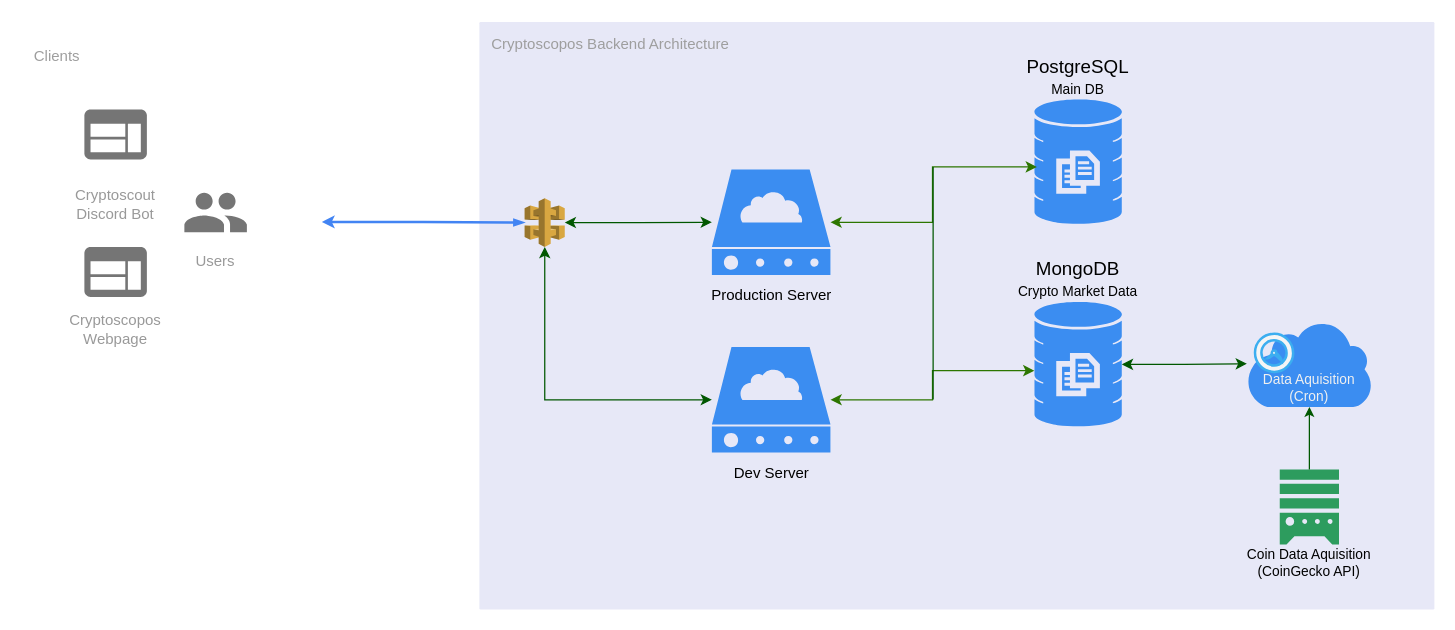
Earlier version of the draw.io diagram docs/backend-architecture.drawio (gramanicu/cryptoscopos-api). Source tidied: cells renumbered, new cells numbered last; positions are measured from the earlier drawing's top-left corner, leaving out a move shared by most shapes. Both pictures are drawn from the tidied source at 125%, with x=0, y=0 at pixel (21, 21).
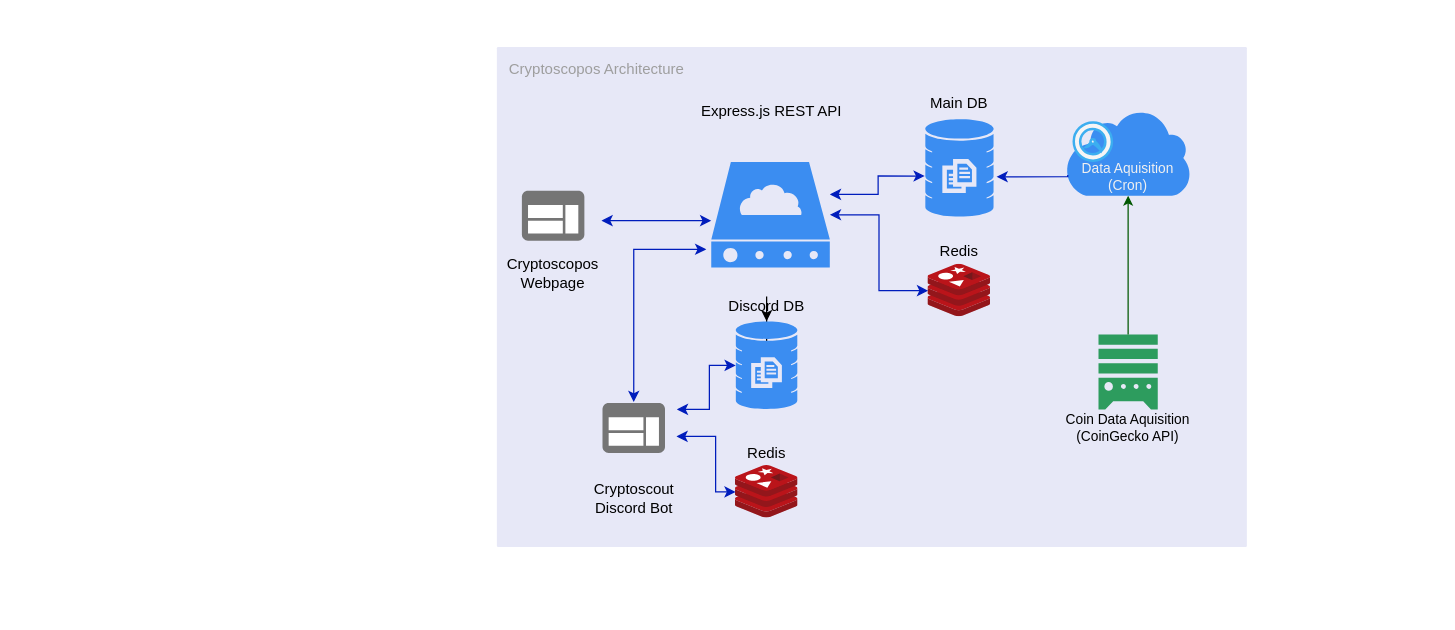
The same diagram, later.

Unchanged cells that the change refers to:
```xml
<mxCell id="14" style="sketch=0;html=1;strokeColor=none;shadow=0;align=center;verticalAlign=top;fillColor=#3B8DF1;shape=mxgraph.gcp2.cloud_server;" parent="13" vertex="1">
  <mxGeometry x="22" width="94.9" height="84.5" as="geometry" />
</mxCell>
<mxCell id="27" style="sketch=0;html=1;strokeColor=none;shadow=0;align=center;verticalAlign=top;fillColor=#2D9C5E;shape=mxgraph.gcp2.external_data_resource;fontSize=11;fontColor=#000000;" parent="26" vertex="1">
  <mxGeometry x="41.3" width="47.4" height="60" as="geometry" />
</mxCell>
<mxCell id="37" style="sketch=0;html=1;strokeColor=none;shadow=0;align=center;verticalAlign=top;fillColor=#3B8DF1;shape=mxgraph.gcp2.cloud;fontSize=11;fontColor=#000000;" parent="36" vertex="1">
  <mxGeometry x="15" width="100" height="69" as="geometry" />
</mxCell>
<mxCell id="39" value="&lt;font&gt;Data Aquisition (Cron)&lt;/font&gt;" style="text;html=1;strokeColor=none;fillColor=none;align=center;verticalAlign=middle;whiteSpace=wrap;rounded=0;fontSize=11;fontColor=#F0F0F0;" parent="36" vertex="1">
  <mxGeometry x="20" y="39" width="90" height="30" as="geometry" />
</mxCell>
```

What changed in the source:
```diff
@@
-    <mxCell id="2" value="Cryptoscopos Backend Architecture" style="sketch=0;rounded=1;absoluteArcSize=1;arcSize=2;html=1;strokeColor=none;gradientColor=none;shadow=0;dashed=0;fontSize=12;fontColor=#9E9E9E;align=left;verticalAlign=top;spacing=10;spacingTop=-4;fillColor=#E7E8F7;" parent="1" vertex="1">
-      <mxGeometry x="366" width="764" height="470" as="geometry" />
+    <mxCell id="2" value="Cryptoscopos Architecture" style="sketch=0;rounded=1;absoluteArcSize=1;arcSize=2;html=1;strokeColor=none;gradientColor=none;shadow=0;dashed=0;fontSize=12;fontColor=#9E9E9E;align=left;verticalAlign=top;spacing=10;spacingTop=-4;fillColor=#E7E8F7;" parent="1" vertex="1">
+      <mxGeometry x="380" y="20" width="600" height="400" as="geometry" />
     </mxCell>
-    <mxCell id="3" style="edgeStyle=orthogonalEdgeStyle;rounded=0;jettySize=auto;html=1;exitX=1;exitY=0.5;exitDx=0;exitDy=0;exitPerimeter=0;endArrow=blockThin;fontSize=12;strokeColor=#4284F3;endFill=1;strokeWidth=2;endSize=4;startSize=4;dashed=0;startArrow=classic;startFill=1;" parent="1" edge="1" source="4" target="12">
-      <mxGeometry relative="1" as="geometry" />
-    </mxCell>
-    <mxCell id="4" value="Clients" style="sketch=0;points=[[0,0,0],[0.25,0,0],[0.5,0,0],[0.75,0,0],[1,0,0],[1,0.25,0],[1,0.5,0],[1,0.75,0],[1,1,0],[0.75,1,0],[0.5,1,0],[0.25,1,0],[0,1,0],[0,0.75,0],[0,0.5,0],[0,0.25,0]];rounded=1;absoluteArcSize=1;arcSize=2;html=1;strokeColor=none;gradientColor=none;shadow=0;dashed=0;fontSize=12;fontColor=#9E9E9E;align=left;verticalAlign=top;spacing=10;spacingTop=-4;" parent="1" vertex="1">
-      <mxGeometry y="10" width="240" height="300" as="geometry" />
-    </mxCell>
+    <mxCell id="40" style="edgeStyle=orthogonalEdgeStyle;rounded=0;jettySize=auto;html=1;entryX=-0.042;entryY=0.828;entryDx=0;entryDy=0;startArrow=classic;startFill=1;fillColor=#0050ef;strokeColor=#001DBC;targetPerimeterSpacing=0;spacing=2;entryPerimeter=0;exitX=0.5;exitY=0.13;exitDx=0;exitDy=0;exitPerimeter=0;" parent="1" edge="1" source="5" target="14">
+      <mxGeometry relative="1" as="geometry">
+        <Array as="points">
+          <mxPoint x="490" y="182" />
+        </Array>
+      </mxGeometry>
+    </mxCell>
-    <mxCell id="5" value="Cryptoscout&#10;Discord Bot" style="strokeColor=none;shadow=1;strokeWidth=1;rounded=1;absoluteArcSize=1;arcSize=2;labelPosition=center;verticalLabelPosition=middle;align=center;verticalAlign=bottom;spacingLeft=0;fontColor=#999999;fontSize=12;whiteSpace=wrap;spacingBottom=2;fillColor=none;" parent="1" vertex="1">
-      <mxGeometry x="30" y="55" width="90" height="110" as="geometry" />
+    <mxCell id="5" value="Cryptoscout&#10;Discord Bot" style="strokeColor=none;shadow=1;strokeWidth=1;rounded=1;absoluteArcSize=1;arcSize=2;labelPosition=center;verticalLabelPosition=middle;align=center;verticalAlign=bottom;spacingLeft=0;fontColor=#000000;fontSize=12;whiteSpace=wrap;spacingBottom=2;fillColor=none;points=[[0,0,0,0,0],[0,0.25,0,0,0],[0,0.5,0,0,0],[0,0.75,0,0,0],[0,1,0,0,0],[0.24,0,0,0,0],[0.24,1,0,0,0],[0.5,0.13,0,0,0],[0.5,1,0,0,0],[0.76,0,0,0,0],[0.76,1,0,0,0],[0.88,0.38,0,0,0],[1,0,0,0,0],[1,0.25,0,0,0],[1,0.75,0,0,0],[1,1,0,0,0]];" parent="1" vertex="1">
+      <mxGeometry x="444.5" y="289.8" width="90" height="110" as="geometry" />
     </mxCell>
@@
-    <mxCell id="7" value="Users" style="strokeColor=none;shadow=1;strokeWidth=1;rounded=1;absoluteArcSize=1;arcSize=2;labelPosition=center;verticalLabelPosition=middle;align=center;verticalAlign=bottom;spacingLeft=0;fontColor=#999999;fontSize=12;whiteSpace=wrap;spacingBottom=2;fillColor=none;" parent="1" vertex="1">
-      <mxGeometry x="120" y="117.5" width="70" height="85" as="geometry" />
-    </mxCell>
-    <mxCell id="8" style="sketch=0;dashed=0;html=1;fillColor=#757575;strokeColor=none;shape=mxgraph.gcp2.users;" parent="7" vertex="1">
-      <mxGeometry x="0.5" width="50" height="31.5" relative="1" as="geometry">
-        <mxPoint x="-25" y="19.2" as="offset" />
-      </mxGeometry>
-    </mxCell>
-    <mxCell id="9" value="Cryptoscopos Webpage" style="strokeColor=none;shadow=1;strokeWidth=1;rounded=1;absoluteArcSize=1;arcSize=2;labelPosition=center;verticalLabelPosition=middle;align=center;verticalAlign=bottom;spacingLeft=0;fontColor=#999999;fontSize=12;whiteSpace=wrap;spacingBottom=2;fillColor=none;" parent="1" vertex="1">
-      <mxGeometry x="30" y="165" width="90" height="100" as="geometry" />
+    <mxCell id="9" value="Cryptoscopos Webpage" style="strokeColor=none;shadow=1;strokeWidth=1;rounded=1;absoluteArcSize=1;arcSize=2;labelPosition=center;verticalLabelPosition=middle;align=center;verticalAlign=bottom;spacingLeft=0;fontColor=#000000;fontSize=12;whiteSpace=wrap;spacingBottom=2;fillColor=none;points=[[0,0,0,0,0],[0,0.25,0,0,0],[0,0.5,0,0,0],[0,0.75,0,0,0],[0,1,0,0,0],[0.24,0,0,0,0],[0.24,1,0,0,0],[0.5,0,0,0,0],[0.5,1,0,0,0],[0.76,0,0,0,0],[0.76,1,0,0,0],[0.93,0.39,0,0,0],[1,0,0,0,0],[1,0.25,0,0,0],[1,0.75,0,0,0],[1,1,0,0,0]];" parent="1" vertex="1">
+      <mxGeometry x="380" y="120" width="90" height="100" as="geometry" />
     </mxCell>
@@
-    <mxCell id="11" style="edgeStyle=orthogonalEdgeStyle;rounded=0;jettySize=auto;html=1;fontSize=11;fontColor=#000000;strokeColor=#005700;fillColor=#008a00;startArrow=classic;startFill=1;" parent="1" edge="1" source="12" target="14">
-      <mxGeometry relative="1" as="geometry" />
-    </mxCell>
-    <mxCell id="12" style="outlineConnect=0;dashed=0;verticalLabelPosition=bottom;verticalAlign=top;align=center;html=1;shape=mxgraph.aws3.api_gateway;fillColor=#D9A741;gradientColor=none;" parent="1" vertex="1">
-      <mxGeometry x="402.2" y="141" width="32.1" height="39" as="geometry" />
-    </mxCell>
     <mxCell id="13" style="group;" parent="1" vertex="1">
-      <mxGeometry x="530" y="118" width="140" height="116" as="geometry" />
+      <mxGeometry x="529.5" y="112" width="140" height="116" as="geometry" />
     </mxCell>
@@
-    <mxCell id="15" value="&lt;font color=&quot;#000000&quot;&gt;Production Server&lt;/font&gt;" style="text;html=1;strokeColor=none;fillColor=none;align=center;verticalAlign=middle;whiteSpace=wrap;rounded=0;" parent="13" vertex="1">
-      <mxGeometry x="5" y="86" width="130" height="30" as="geometry" />
-    </mxCell>
     <mxCell id="16" style="group;" parent="1" vertex="1">
-      <mxGeometry x="780" y="20" width="130" height="142" as="geometry" />
+      <mxGeometry x="699.2" y="45" width="101.6" height="111" as="geometry" />
     </mxCell>
-    <mxCell id="17" value="&lt;font color=&quot;#000000&quot; style=&quot;font-size: 15px;&quot;&gt;PostgreSQL&lt;/font&gt;" style="text;html=1;strokeColor=none;fillColor=none;align=center;verticalAlign=middle;whiteSpace=wrap;rounded=0;fontSize=15;" parent="16" vertex="1">
-      <mxGeometry width="130" height="30" as="geometry" />
+    <mxCell id="17" value="&lt;font color=&quot;#000000&quot; style=&quot;font-size: 12px&quot;&gt;Main DB&lt;/font&gt;" style="text;html=1;strokeColor=none;fillColor=none;align=center;verticalAlign=middle;whiteSpace=wrap;rounded=0;fontSize=15;" parent="16" vertex="1">
+      <mxGeometry y="6" width="101.6" height="23.5" as="geometry" />
     </mxCell>
     <mxCell id="18" style="sketch=0;html=1;strokeColor=none;shadow=0;align=center;verticalAlign=top;fillColor=#3B8DF1;shape=mxgraph.gcp2.database_3;fontColor=#000000;" parent="16" vertex="1">
-      <mxGeometry x="30" y="42" width="70" height="100" as="geometry" />
+      <mxGeometry x="23.5" y="32.8" width="54.7" height="78.2" as="geometry" />
     </mxCell>
-    <mxCell id="19" value="&lt;font color=&quot;#000000&quot;&gt;Main DB&lt;/font&gt;" style="text;html=1;strokeColor=none;fillColor=none;align=center;verticalAlign=middle;whiteSpace=wrap;rounded=0;fontSize=11;" parent="16" vertex="1">
-      <mxGeometry y="19" width="130" height="30" as="geometry" />
-    </mxCell>
-    <mxCell id="20" style="group;" parent="1" vertex="1">
-      <mxGeometry x="780" y="182" width="130" height="142" as="geometry" />
-    </mxCell>
-    <mxCell id="21" value="&lt;font color=&quot;#000000&quot; style=&quot;font-size: 15px&quot;&gt;MongoDB&lt;/font&gt;" style="text;html=1;strokeColor=none;fillColor=none;align=center;verticalAlign=middle;whiteSpace=wrap;rounded=0;fontSize=15;" parent="20" vertex="1">
-      <mxGeometry width="130" height="30" as="geometry" />
-    </mxCell>
-    <mxCell id="22" style="sketch=0;html=1;strokeColor=none;shadow=0;align=center;verticalAlign=top;fillColor=#3B8DF1;shape=mxgraph.gcp2.database_3;fontColor=#000000;" parent="20" vertex="1">
-      <mxGeometry x="30" y="42" width="70" height="100" as="geometry" />
-    </mxCell>
-    <mxCell id="23" value="&lt;font color=&quot;#000000&quot;&gt;Crypto Market Data&lt;/font&gt;" style="text;html=1;strokeColor=none;fillColor=none;align=center;verticalAlign=middle;whiteSpace=wrap;rounded=0;fontSize=11;" parent="20" vertex="1">
-      <mxGeometry y="19" width="130" height="30" as="geometry" />
-    </mxCell>
-    <mxCell id="24" style="edgeStyle=orthogonalEdgeStyle;rounded=0;jettySize=auto;html=1;entryX=0.029;entryY=0.54;entryDx=0;entryDy=0;entryPerimeter=0;fontSize=11;fontColor=#000000;fillColor=#60a917;strokeColor=#2D7600;startArrow=classic;startFill=1;" parent="1" edge="1" source="14" target="18">
-      <mxGeometry relative="1" as="geometry" />
-    </mxCell>
-    <mxCell id="25" style="edgeStyle=orthogonalEdgeStyle;rounded=0;jettySize=auto;html=1;entryX=0;entryY=0.55;entryDx=0;entryDy=0;entryPerimeter=0;fontSize=11;fontColor=#000000;fillColor=#60a917;strokeColor=#2D7600;startArrow=classic;startFill=1;" parent="1" edge="1" source="31" target="22">
-      <mxGeometry relative="1" as="geometry" />
-    </mxCell>
     <mxCell id="26" style="group;" parent="1" vertex="1">
-      <mxGeometry x="965" y="358" width="130" height="90" as="geometry" />
+      <mxGeometry x="820" y="250" width="130" height="90" as="geometry" />
     </mxCell>
@@
-    <mxCell id="29" style="edgeStyle=orthogonalEdgeStyle;rounded=0;jettySize=auto;html=1;fontSize=11;fontColor=#000000;strokeColor=#005700;fillColor=#008a00;startArrow=classic;startFill=1;" parent="1" edge="1" source="22" target="37">
-      <mxGeometry relative="1" as="geometry" />
-    </mxCell>
-    <mxCell id="30" style="group;" parent="1" vertex="1">
-      <mxGeometry x="530" y="260" width="140" height="116" as="geometry" />
-    </mxCell>
-    <mxCell id="31" style="sketch=0;html=1;strokeColor=none;shadow=0;align=center;verticalAlign=top;fillColor=#3B8DF1;shape=mxgraph.gcp2.cloud_server;" parent="30" vertex="1">
-      <mxGeometry x="22" width="94.9" height="84.5" as="geometry" />
-    </mxCell>
-    <mxCell id="32" value="&lt;font color=&quot;#000000&quot;&gt;Dev Server&lt;/font&gt;" style="text;html=1;strokeColor=none;fillColor=none;align=center;verticalAlign=middle;whiteSpace=wrap;rounded=0;" parent="30" vertex="1">
-      <mxGeometry x="5" y="86" width="130" height="30" as="geometry" />
-    </mxCell>
-    <mxCell id="33" style="edgeStyle=orthogonalEdgeStyle;rounded=0;jettySize=auto;html=1;fontSize=11;fontColor=#000000;startArrow=classic;startFill=1;strokeColor=#005700;fillColor=#008a00;" parent="1" edge="1" source="31" target="12">
-      <mxGeometry relative="1" as="geometry" />
-    </mxCell>
-    <mxCell id="34" style="endArrow=none;html=1;rounded=0;fontSize=11;fontColor=#000000;strokeColor=#005700;fillColor=#008a00;targetPerimeterSpacing=0;endSize=5;strokeWidth=1;" parent="1" edge="1">
-      <mxGeometry relative="1" as="geometry">
-        <mxPoint x="729" y="302" as="sourcePoint" />
-        <mxPoint x="729" y="116" as="targetPoint" />
-      </mxGeometry>
-    </mxCell>
-    <mxCell id="35" style="edgeStyle=orthogonalEdgeStyle;rounded=0;jettySize=auto;html=1;fontSize=11;fontColor=#000000;startArrow=none;startFill=0;endSize=5;targetPerimeterSpacing=0;strokeColor=#005700;strokeWidth=1;fillColor=#008a00;" parent="1" edge="1" source="27" target="37">
-      <mxGeometry relative="1" as="geometry" />
+    <mxCell id="35" style="edgeStyle=orthogonalEdgeStyle;rounded=0;jettySize=auto;html=1;fontSize=11;fontColor=#000000;startArrow=none;startFill=0;endSize=5;targetPerimeterSpacing=0;strokeColor=#005700;strokeWidth=1;fillColor=#008a00;entryX=0.5;entryY=1;entryDx=0;entryDy=0;" parent="1" edge="1" source="27" target="39">
+      <mxGeometry relative="1" as="geometry">
+        <Array as="points">
+          <mxPoint x="885" y="190" />
+          <mxPoint x="885" y="190" />
+        </Array>
+      </mxGeometry>
     </mxCell>
     <mxCell id="36" style="group;" parent="1" vertex="1">
-      <mxGeometry x="965" y="239" width="130" height="99" as="geometry" />
+      <mxGeometry x="820" y="70" width="130" height="99" as="geometry" />
     </mxCell>
@@
+    <mxCell id="41" style="edgeStyle=orthogonalEdgeStyle;rounded=0;jettySize=auto;html=1;entryX=1.043;entryY=0.59;entryDx=0;entryDy=0;entryPerimeter=0;fillColor=#0050ef;strokeColor=#001DBC;exitX=0.017;exitY=0.762;exitDx=0;exitDy=0;exitPerimeter=0;" parent="1" edge="1" source="37" target="18">
+      <mxGeometry relative="1" as="geometry">
+        <Array as="points">
+          <mxPoint x="837" y="124" />
+        </Array>
+      </mxGeometry>
+    </mxCell>
+    <mxCell id="42" style="edgeStyle=orthogonalEdgeStyle;rounded=0;jettySize=auto;html=1;startArrow=classic;startFill=1;fillColor=#0050ef;strokeColor=#001DBC;entryX=0.93;entryY=0.39;entryDx=0;entryDy=0;entryPerimeter=0;" parent="1" edge="1" source="14" target="9">
+      <mxGeometry relative="1" as="geometry">
+        <Array as="points">
+          <mxPoint x="510" y="159" />
+          <mxPoint x="510" y="159" />
+        </Array>
+      </mxGeometry>
+    </mxCell>
+    <mxCell id="15" value="&lt;font color=&quot;#000000&quot;&gt;Express.js REST API&lt;/font&gt;" style="text;html=1;strokeColor=none;fillColor=none;align=center;verticalAlign=middle;whiteSpace=wrap;rounded=0;" parent="1" vertex="1">
+      <mxGeometry x="534.5" y="57" width="130" height="30" as="geometry" />
+    </mxCell>
+    <mxCell id="43" style="group;" parent="1" vertex="1">
+      <mxGeometry x="550" y="210" width="91.5" height="100" as="geometry" />
+    </mxCell>
+    <mxCell id="44" style="edgeStyle=orthogonalEdgeStyle;rounded=0;jettySize=auto;html=1;" parent="43" edge="1" source="45" target="46">
+      <mxGeometry relative="1" as="geometry" />
+    </mxCell>
+    <mxCell id="45" value="&lt;font color=&quot;#000000&quot; style=&quot;font-size: 12px&quot;&gt;Discord DB&lt;/font&gt;" style="text;html=1;strokeColor=none;fillColor=none;align=center;verticalAlign=middle;whiteSpace=wrap;rounded=0;fontSize=15;" parent="43" vertex="1">
+      <mxGeometry y="5" width="91.5" height="21.1" as="geometry" />
+    </mxCell>
+    <mxCell id="46" style="sketch=0;html=1;strokeColor=none;shadow=0;align=center;verticalAlign=top;fillColor=#3B8DF1;shape=mxgraph.gcp2.database_3;fontColor=#000000;" parent="43" vertex="1">
+      <mxGeometry x="21.1" y="29.6" width="49.3" height="70.4" as="geometry" />
+    </mxCell>
+    <mxCell id="24" style="edgeStyle=orthogonalEdgeStyle;rounded=0;jettySize=auto;html=1;entryX=-0.008;entryY=0.582;entryDx=0;entryDy=0;entryPerimeter=0;fillColor=#0050ef;strokeColor=#001DBC;startArrow=classic;startFill=1;" parent="1" edge="1" source="14" target="18">
+      <mxGeometry relative="1" as="geometry">
+        <Array as="points">
+          <mxPoint x="685" y="138" />
+          <mxPoint x="685" y="123" />
+        </Array>
+      </mxGeometry>
+    </mxCell>
+    <mxCell id="47" style="edgeStyle=orthogonalEdgeStyle;rounded=0;jettySize=auto;html=1;fontSize=12;startArrow=classic;startFill=1;fillColor=#0050ef;strokeColor=#001DBC;" parent="1" edge="1" source="46">
+      <mxGeometry relative="1" as="geometry">
+        <mxPoint x="524" y="310" as="targetPoint" />
+        <Array as="points">
+          <mxPoint x="550" y="275" />
+          <mxPoint x="550" y="310" />
+          <mxPoint x="524" y="310" />
+        </Array>
+      </mxGeometry>
+    </mxCell>
+    <mxCell id="48" style="group;" parent="1" vertex="1">
+      <mxGeometry x="720" y="169" width="60" height="67" as="geometry" />
+    </mxCell>
+    <mxCell id="49" style="sketch=0;html=1;points=[];align=center;image;fontSize=12;image=img/lib/mscae/Cache_Redis_Product.svg;" parent="48" vertex="1">
+      <mxGeometry x="5" y="25" width="50" height="42" as="geometry" />
+    </mxCell>
+    <mxCell id="50" value="&lt;font color=&quot;#000000&quot;&gt;Redis&lt;/font&gt;" style="text;html=1;strokeColor=none;fillColor=none;align=center;verticalAlign=middle;whiteSpace=wrap;rounded=0;" parent="48" vertex="1">
+      <mxGeometry width="60" height="30" as="geometry" />
+    </mxCell>
+    <mxCell id="51" style="edgeStyle=orthogonalEdgeStyle;rounded=0;jettySize=auto;html=1;fontColor=#000000;fillColor=#0050ef;strokeColor=#001DBC;startArrow=classic;startFill=1;" parent="1" edge="1" source="14" target="49">
+      <mxGeometry relative="1" as="geometry" />
+    </mxCell>
+    <mxCell id="52" style="group;" parent="1" vertex="1">
+      <mxGeometry x="566" y="330" width="60" height="67" as="geometry" />
+    </mxCell>
+    <mxCell id="53" style="sketch=0;html=1;points=[];align=center;image;fontSize=12;image=img/lib/mscae/Cache_Redis_Product.svg;" parent="52" vertex="1">
+      <mxGeometry x="5" y="25" width="50" height="42" as="geometry" />
+    </mxCell>
+    <mxCell id="54" value="&lt;font color=&quot;#000000&quot;&gt;Redis&lt;/font&gt;" style="text;html=1;strokeColor=none;fillColor=none;align=center;verticalAlign=middle;whiteSpace=wrap;rounded=0;" parent="52" vertex="1">
+      <mxGeometry width="60" height="30" as="geometry" />
+    </mxCell>
+    <mxCell id="55" style="edgeStyle=orthogonalEdgeStyle;rounded=0;jettySize=auto;html=1;entryX=0.88;entryY=0.38;entryDx=0;entryDy=0;entryPerimeter=0;fontColor=#000000;fillColor=#0050ef;strokeColor=#001DBC;startArrow=classic;startFill=1;" parent="1" edge="1" source="53" target="5">
+      <mxGeometry relative="1" as="geometry">
+        <Array as="points">
+          <mxPoint x="555" y="376" />
+          <mxPoint x="555" y="332" />
+        </Array>
+      </mxGeometry>
+    </mxCell>
```
